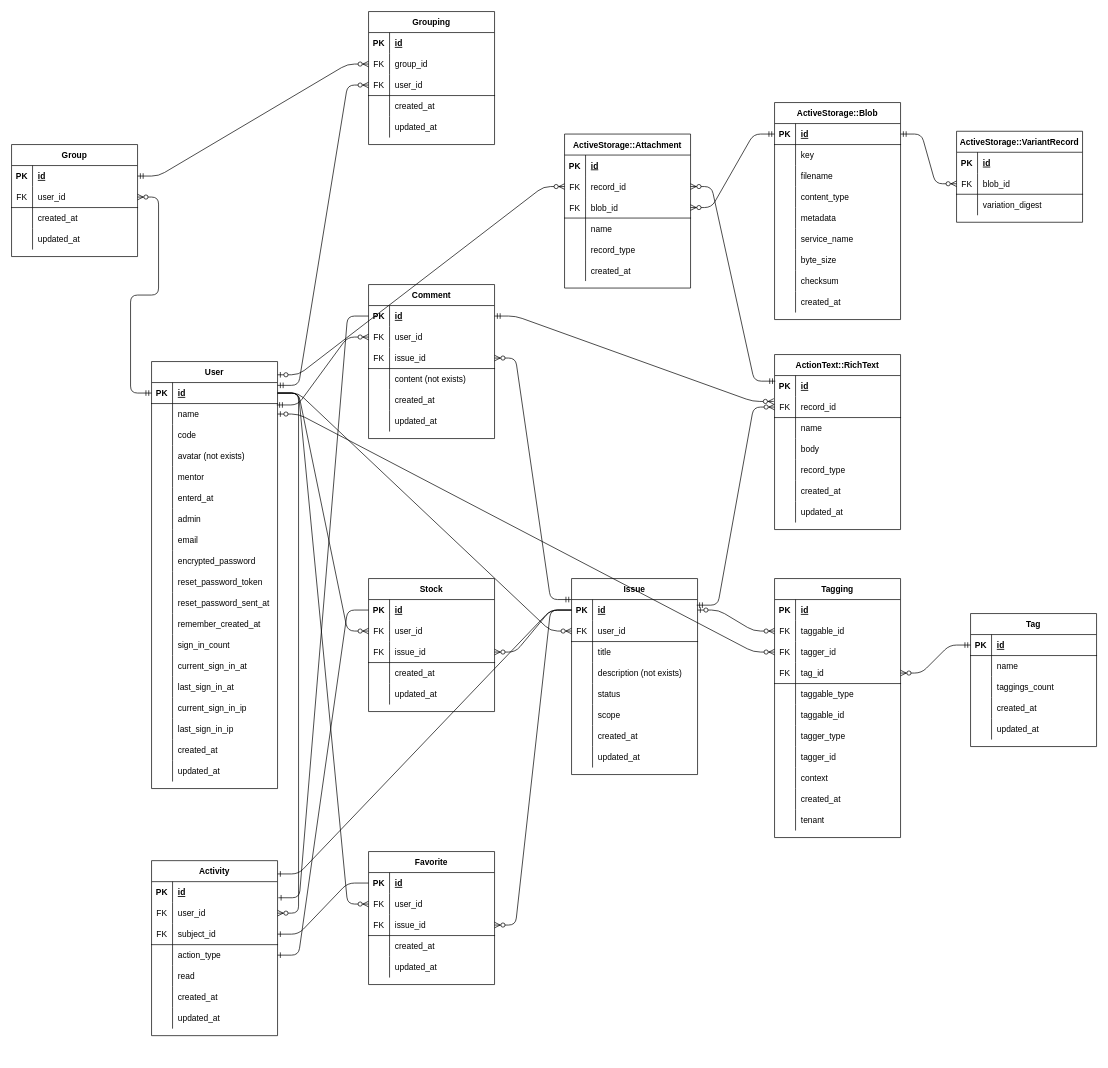
Before: RDD/ER.drawio in fumtas1k/issues_app, a draw.io diagram. Source tidied: cells renumbered, new cells numbered last; positions are measured from the earlier drawing's top-left corner, leaving out a move shared by most shapes. Both pictures are drawn from the tidied source at 70%, with x=0, y=0 at pixel (11, 11).
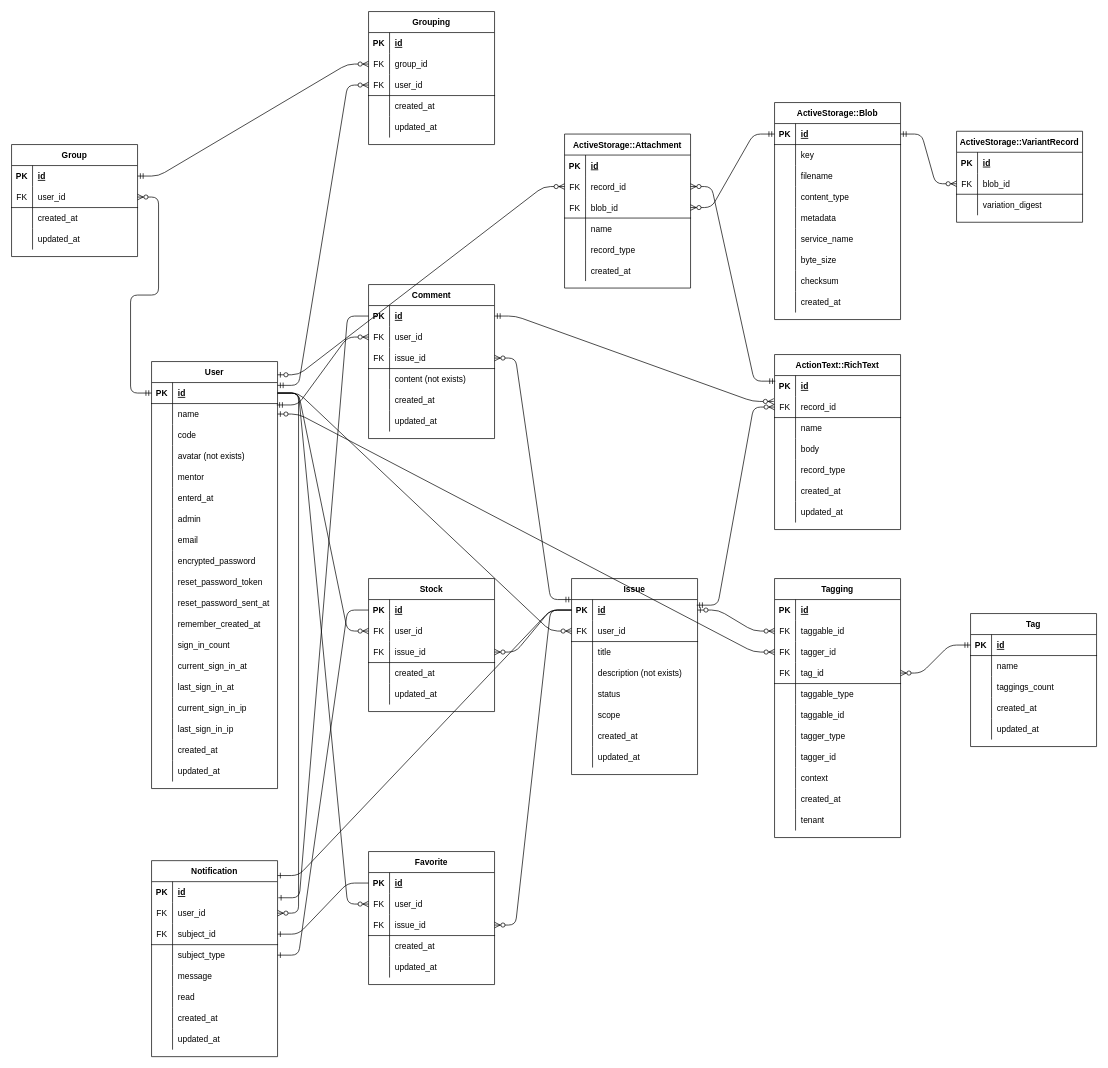
The same page after the edit.

Commit message (it also covers changes not shown here):
improve: activitiesテーブルをnotificationsに変更し、カラムも変更

Unchanged cells that the change refers to:
```xml
<mxCell id="146" style="shape=partialRectangle;fillColor=none;top=0;left=0;bottom=0;right=0;points=[[0,0.5],[1,0.5]];portConstraint=eastwest;" parent="136" vertex="1">
  <mxGeometry y="120" width="180" height="30" as="geometry" />
</mxCell>
```

What changed in the source:
```diff
@@
-    <mxCell id="136" value="Activity" style="shape=table;startSize=30;childLayout=tableLayout;rowLines=0;fontStyle=1;align=center;" parent="1" vertex="1">
-      <mxGeometry x="200" y="1213" width="180" height="250" as="geometry" />
+    <mxCell id="136" value="Notification" style="shape=table;startSize=30;childLayout=tableLayout;rowLines=0;fontStyle=1;align=center;" parent="1" vertex="1">
+      <mxGeometry x="200" y="1213" width="180" height="280" as="geometry" />
     </mxCell>
@@
-    <mxCell id="148" value="action_type" style="shape=partialRectangle;fillColor=none;top=0;left=0;bottom=0;right=0;align=left;spacingLeft=6;overflow=hidden;" parent="146" vertex="1">
+    <mxCell id="148" value="subject_type" style="shape=partialRectangle;fillColor=none;top=0;left=0;bottom=0;right=0;align=left;spacingLeft=6;overflow=hidden;" parent="146" vertex="1">
       <mxGeometry x="30" width="150" height="30" as="geometry" />
     </mxCell>
+    <mxCell id="340" style="shape=partialRectangle;fillColor=none;top=0;left=0;bottom=0;right=0;" parent="136" vertex="1">
+      <mxGeometry y="150" width="180" height="30" as="geometry" />
+    </mxCell>
+    <mxCell id="341" style="shape=partialRectangle;fillColor=none;top=0;left=0;bottom=0;right=0;overflow=hidden;" parent="340" vertex="1">
+      <mxGeometry width="30" height="30" as="geometry" />
+    </mxCell>
+    <mxCell id="342" value="message" style="shape=partialRectangle;fillColor=none;top=0;left=0;bottom=0;right=0;align=left;spacingLeft=6;overflow=hidden;" parent="340" vertex="1">
+      <mxGeometry x="30" width="150" height="30" as="geometry" />
+    </mxCell>
     <mxCell id="149" style="shape=partialRectangle;fillColor=none;top=0;left=0;bottom=0;right=0;" parent="136" vertex="1">
-      <mxGeometry y="150" width="180" height="30" as="geometry" />
+      <mxGeometry y="180" width="180" height="30" as="geometry" />
     </mxCell>
@@
     <mxCell id="152" style="shape=partialRectangle;fillColor=none;top=0;left=0;bottom=0;right=0;" parent="136" vertex="1">
-      <mxGeometry y="180" width="180" height="30" as="geometry" />
+      <mxGeometry y="210" width="180" height="30" as="geometry" />
     </mxCell>
@@
     <mxCell id="155" style="shape=partialRectangle;fillColor=none;top=0;left=0;bottom=0;right=0;" parent="136" vertex="1">
-      <mxGeometry y="210" width="180" height="30" as="geometry" />
+      <mxGeometry y="240" width="180" height="30" as="geometry" />
     </mxCell>
```
